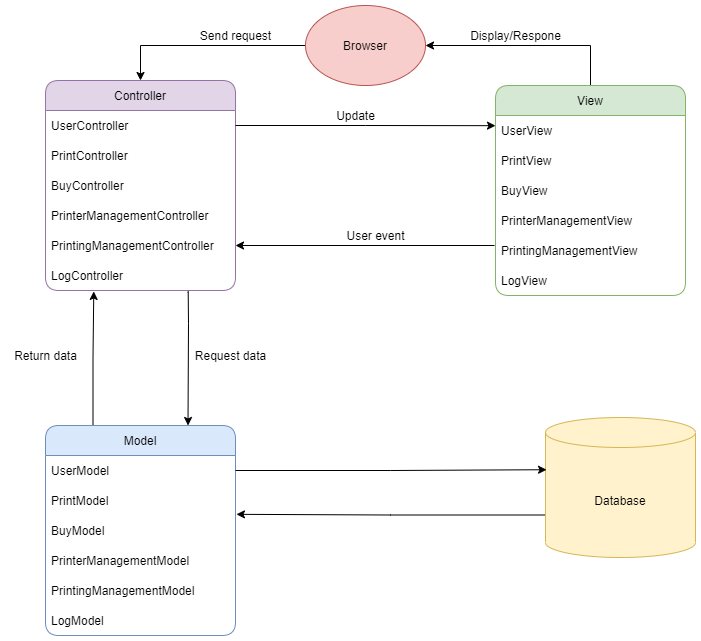
The draw.io diagram documentation/latex/Images/Box-line + Deployment/Box-line.drawio.png in ThangPham2508/SSPS_HCMUT, before a commit. Source tidied: cells renumbered, new cells last; positions are measured from the earlier drawing's top-left corner, leaving out a move shared by most shapes.
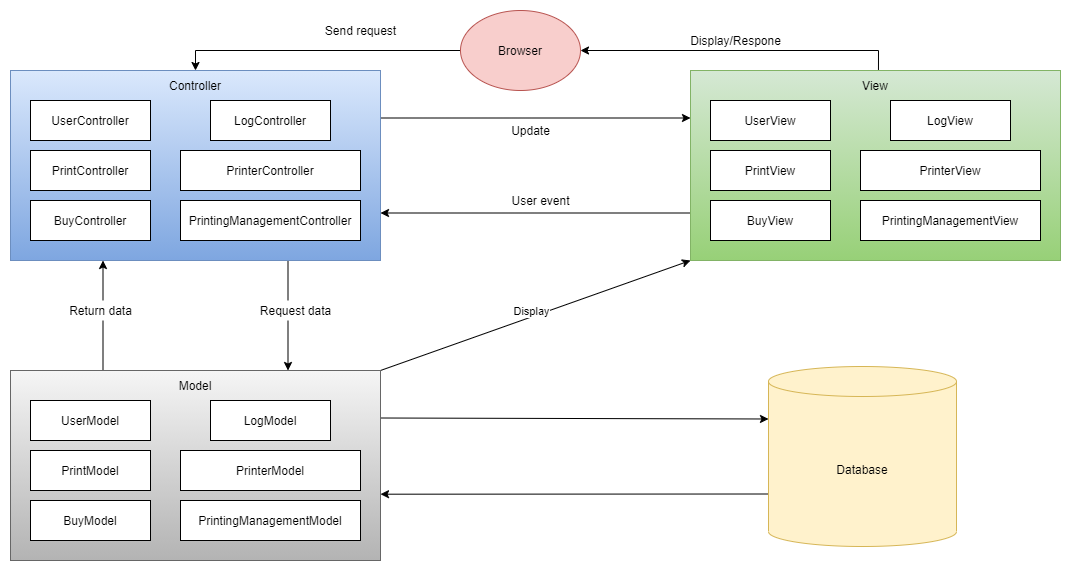
Later version of the same file.

The edit, as a diff of the source:
```diff
@@ -2,128 +2,131 @@
   <root>
     <mxCell id="0" />
     <mxCell id="1" parent="0" />
-    <mxCell id="2" style="edgeStyle=orthogonalEdgeStyle;rounded=0;jettySize=auto;html=1;exitX=0;exitY=0.5;exitDx=0;exitDy=0;entryX=0.5;entryY=0;entryDx=0;entryDy=0;" parent="1" edge="1" source="3" target="5">
-      <mxGeometry relative="1" as="geometry" />
-    </mxCell>
-    <mxCell id="3" value="Browser" style="ellipse;whiteSpace=wrap;html=1;fillColor=#f8cecc;strokeColor=#b85450;" parent="1" vertex="1">
-      <mxGeometry x="300" width="120" height="80" as="geometry" />
-    </mxCell>
-    <mxCell id="4" style="edgeStyle=orthogonalEdgeStyle;rounded=0;jettySize=auto;html=1;entryX=0.75;entryY=0;entryDx=0;entryDy=0;exitX=0.751;exitY=1.001;exitDx=0;exitDy=0;exitPerimeter=0;" parent="1" edge="1" source="11" target="22">
-      <mxGeometry relative="1" as="geometry">
-        <Array as="points">
-          <mxPoint x="183" y="287" />
-          <mxPoint x="183" y="287" />
-          <mxPoint x="183" y="318" />
-          <mxPoint x="183" y="318" />
-        </Array>
-      </mxGeometry>
-    </mxCell>
+    <mxCell id="39" style="edgeStyle=orthogonalEdgeStyle;rounded=0;jettySize=auto;html=1;exitX=1;exitY=0.25;exitDx=0;exitDy=0;entryX=0;entryY=0.25;entryDx=0;entryDy=0;" parent="1" edge="1" source="41" target="45">
+      <mxGeometry relative="1" as="geometry" />
+    </mxCell>
+    <mxCell id="40" style="edgeStyle=orthogonalEdgeStyle;rounded=0;jettySize=auto;html=1;exitX=0.75;exitY=1;exitDx=0;exitDy=0;entryX=0.75;entryY=0;entryDx=0;entryDy=0;" parent="1" edge="1" source="41" target="50">
+      <mxGeometry relative="1" as="geometry" />
+    </mxCell>
+    <mxCell id="41" style="rounded=0;whiteSpace=wrap;html=1;fillColor=#dae8fc;strokeColor=#6c8ebf;gradientColor=#7ea6e0;" parent="1" vertex="1">
+      <mxGeometry x="-60" width="370" height="190" as="geometry" />
+    </mxCell>
-    <mxCell id="5" value="Controller" style="swimlane;fontStyle=0;horizontal=1;startSize=30;rounded=1;fillColor=#e1d5e7;strokeColor=#9673a6;" parent="1" vertex="1">
-      <mxGeometry x="40" y="75" width="190" height="210" as="geometry" />
+    <mxCell id="5" value="Controller" style="text;html=1;strokeColor=none;fillColor=none;align=center;verticalAlign=middle;whiteSpace=wrap;rounded=0;" parent="1" vertex="1">
+      <mxGeometry x="95" width="60" height="30" as="geometry" />
     </mxCell>
-    <mxCell id="6" value="UserController" style="text;strokeColor=none;fillColor=none;align=left;verticalAlign=middle;spacingLeft=4;spacingRight=4;overflow=hidden;points=[[0,0.5],[1,0.5]];portConstraint=eastwest;" parent="5" vertex="1">
-      <mxGeometry y="30" width="190" height="30" as="geometry" />
+    <mxCell id="6" value="UserController" style="rounded=0;whiteSpace=wrap;html=1;" parent="1" vertex="1">
+      <mxGeometry x="-40" y="30" width="120" height="40" as="geometry" />
     </mxCell>
-    <mxCell id="7" value="PrintController" style="text;strokeColor=none;fillColor=none;align=left;verticalAlign=middle;spacingLeft=4;spacingRight=4;overflow=hidden;" parent="5" vertex="1">
-      <mxGeometry y="60" width="190" height="30" as="geometry" />
+    <mxCell id="7" value="&lt;span style=&quot;text-align: left&quot;&gt;PrintController&lt;/span&gt;" style="rounded=0;whiteSpace=wrap;html=1;" parent="1" vertex="1">
+      <mxGeometry x="-40" y="80" width="120" height="40" as="geometry" />
     </mxCell>
-    <mxCell id="8" value="BuyController" style="text;strokeColor=none;fillColor=none;align=left;verticalAlign=middle;spacingLeft=4;spacingRight=4;overflow=hidden;" parent="5" vertex="1">
-      <mxGeometry y="90" width="190" height="30" as="geometry" />
+    <mxCell id="8" value="&lt;span style=&quot;text-align: left&quot;&gt;BuyController&lt;/span&gt;" style="rounded=0;whiteSpace=wrap;html=1;" parent="1" vertex="1">
+      <mxGeometry x="-40" y="130" width="120" height="40" as="geometry" />
     </mxCell>
-    <mxCell id="9" value="PrinterManagementController" style="text;strokeColor=none;fillColor=none;align=left;verticalAlign=middle;spacingLeft=4;spacingRight=4;overflow=hidden;" parent="5" vertex="1">
-      <mxGeometry y="120" width="190" height="30" as="geometry" />
-    </mxCell>
-    <mxCell id="10" value="PrintingManagementController" style="text;strokeColor=none;fillColor=none;align=left;verticalAlign=middle;spacingLeft=4;spacingRight=4;overflow=hidden;points=[[0,0.5],[1,0.5]];portConstraint=eastwest;" parent="5" vertex="1">
-      <mxGeometry y="150" width="190" height="30" as="geometry" />
+    <mxCell id="10" value="&lt;span style=&quot;text-align: left&quot;&gt;PrintingManagementController&lt;/span&gt;" style="rounded=0;whiteSpace=wrap;html=1;" parent="1" vertex="1">
+      <mxGeometry x="110" y="130" width="180" height="40" as="geometry" />
     </mxCell>
+    <mxCell id="42" value="&lt;span style=&quot;text-align: left&quot;&gt;PrinterController&lt;/span&gt;" style="rounded=0;whiteSpace=wrap;html=1;" parent="1" vertex="1">
+      <mxGeometry x="110" y="80" width="180" height="40" as="geometry" />
+    </mxCell>
-    <mxCell id="11" value="LogController" style="text;strokeColor=none;fillColor=none;align=left;verticalAlign=middle;spacingLeft=4;spacingRight=4;overflow=hidden;points=[[0,0.5],[1,0.5]];portConstraint=eastwest;" parent="5" vertex="1">
-      <mxGeometry y="180" width="190" height="30" as="geometry" />
+    <mxCell id="11" value="&lt;span style=&quot;text-align: left&quot;&gt;LogController&lt;/span&gt;" style="rounded=0;whiteSpace=wrap;html=1;" parent="1" vertex="1">
+      <mxGeometry x="140" y="30" width="120" height="40" as="geometry" />
     </mxCell>
-    <mxCell id="12" style="edgeStyle=orthogonalEdgeStyle;rounded=0;jettySize=auto;html=1;exitX=0.5;exitY=0;exitDx=0;exitDy=0;entryX=1;entryY=0.5;entryDx=0;entryDy=0;" parent="1" edge="1" source="14" target="3">
-      <mxGeometry relative="1" as="geometry" />
-    </mxCell>
-    <mxCell id="13" style="edgeStyle=orthogonalEdgeStyle;rounded=0;jettySize=auto;html=1;entryX=1;entryY=0.5;entryDx=0;entryDy=0;" parent="1" edge="1" target="10">
-      <mxGeometry relative="1" as="geometry">
-        <mxPoint x="489" y="240" as="sourcePoint" />
-        <Array as="points">
-          <mxPoint x="489" y="240" />
-        </Array>
-      </mxGeometry>
-    </mxCell>
+    <mxCell id="43" style="edgeStyle=orthogonalEdgeStyle;rounded=0;jettySize=auto;html=1;exitX=0.508;exitY=-0.003;exitDx=0;exitDy=0;entryX=1;entryY=0.5;entryDx=0;entryDy=0;exitPerimeter=0;" parent="1" edge="1" source="45" target="3">
+      <mxGeometry relative="1" as="geometry" />
+    </mxCell>
+    <mxCell id="44" style="edgeStyle=orthogonalEdgeStyle;rounded=0;jettySize=auto;html=1;exitX=0;exitY=0.75;exitDx=0;exitDy=0;entryX=1;entryY=0.75;entryDx=0;entryDy=0;" parent="1" edge="1" source="45" target="41">
+      <mxGeometry relative="1" as="geometry" />
+    </mxCell>
+    <mxCell id="45" style="rounded=0;whiteSpace=wrap;html=1;fillColor=#d5e8d4;strokeColor=#82b366;gradientColor=#97d077;" parent="1" vertex="1">
+      <mxGeometry x="620" width="370" height="190" as="geometry" />
+    </mxCell>
-    <mxCell id="14" value="View" style="swimlane;fontStyle=0;horizontal=1;startSize=30;rounded=1;fillColor=#d5e8d4;strokeColor=#82b366;" parent="1" vertex="1">
-      <mxGeometry x="490" y="80" width="190" height="210" as="geometry" />
+    <mxCell id="14" value="View" style="text;html=1;strokeColor=none;fillColor=none;align=center;verticalAlign=middle;whiteSpace=wrap;rounded=0;" parent="1" vertex="1">
+      <mxGeometry x="775" width="60" height="30" as="geometry" />
     </mxCell>
-    <mxCell id="15" value="UserView" style="text;strokeColor=none;fillColor=none;align=left;verticalAlign=middle;spacingLeft=4;spacingRight=4;overflow=hidden;points=[[0,0.5],[1,0.5]];portConstraint=eastwest;rounded=1;" parent="14" vertex="1">
-      <mxGeometry y="30" width="190" height="30" as="geometry" />
+    <mxCell id="15" value="UserView" style="rounded=0;whiteSpace=wrap;html=1;" parent="1" vertex="1">
+      <mxGeometry x="640" y="30" width="120" height="40" as="geometry" />
     </mxCell>
-    <mxCell id="16" value="PrintView" style="text;strokeColor=none;fillColor=none;align=left;verticalAlign=middle;spacingLeft=4;spacingRight=4;overflow=hidden;rounded=1;" parent="14" vertex="1">
-      <mxGeometry y="60" width="190" height="30" as="geometry" />
+    <mxCell id="16" value="&lt;span style=&quot;text-align: left&quot;&gt;PrintView&lt;/span&gt;" style="rounded=0;whiteSpace=wrap;html=1;" parent="1" vertex="1">
+      <mxGeometry x="640" y="80" width="120" height="40" as="geometry" />
     </mxCell>
-    <mxCell id="17" value="BuyView" style="text;strokeColor=none;fillColor=none;align=left;verticalAlign=middle;spacingLeft=4;spacingRight=4;overflow=hidden;rounded=1;" parent="14" vertex="1">
-      <mxGeometry y="90" width="190" height="30" as="geometry" />
+    <mxCell id="17" value="&lt;span style=&quot;text-align: left&quot;&gt;BuyView&lt;/span&gt;" style="rounded=0;whiteSpace=wrap;html=1;" parent="1" vertex="1">
+      <mxGeometry x="640" y="130" width="120" height="40" as="geometry" />
     </mxCell>
-    <mxCell id="18" value="PrinterManagementView" style="text;strokeColor=none;fillColor=none;align=left;verticalAlign=middle;spacingLeft=4;spacingRight=4;overflow=hidden;" parent="14" vertex="1">
-      <mxGeometry y="120" width="190" height="30" as="geometry" />
-    </mxCell>
-    <mxCell id="19" value="PrintingManagementView" style="text;strokeColor=none;fillColor=none;align=left;verticalAlign=middle;spacingLeft=4;spacingRight=4;overflow=hidden;" parent="14" vertex="1">
-      <mxGeometry y="150" width="190" height="30" as="geometry" />
+    <mxCell id="19" value="&lt;span style=&quot;text-align: left&quot;&gt;PrintingManagementView&lt;/span&gt;" style="rounded=0;whiteSpace=wrap;html=1;" parent="1" vertex="1">
+      <mxGeometry x="790" y="130" width="180" height="40" as="geometry" />
     </mxCell>
+    <mxCell id="46" value="&lt;span style=&quot;text-align: left&quot;&gt;PrinterView&lt;/span&gt;" style="rounded=0;whiteSpace=wrap;html=1;" parent="1" vertex="1">
+      <mxGeometry x="790" y="80" width="180" height="40" as="geometry" />
+    </mxCell>
-    <mxCell id="20" value="LogView" style="text;strokeColor=none;fillColor=none;align=left;verticalAlign=middle;spacingLeft=4;spacingRight=4;overflow=hidden;" parent="14" vertex="1">
-      <mxGeometry y="180" width="190" height="30" as="geometry" />
+    <mxCell id="20" value="&lt;span style=&quot;text-align: left&quot;&gt;LogView&lt;/span&gt;" style="rounded=0;whiteSpace=wrap;html=1;" parent="1" vertex="1">
+      <mxGeometry x="820" y="30" width="120" height="40" as="geometry" />
     </mxCell>
-    <mxCell id="21" style="edgeStyle=orthogonalEdgeStyle;rounded=0;jettySize=auto;html=1;exitX=0.25;exitY=0;exitDx=0;exitDy=0;entryX=0.254;entryY=1.031;entryDx=0;entryDy=0;entryPerimeter=0;" parent="1" edge="1" source="22" target="11">
-      <mxGeometry relative="1" as="geometry" />
-    </mxCell>
+    <mxCell id="47" style="edgeStyle=orthogonalEdgeStyle;rounded=0;jettySize=auto;html=1;exitX=0.25;exitY=0;exitDx=0;exitDy=0;entryX=0.25;entryY=1;entryDx=0;entryDy=0;" parent="1" edge="1" source="50" target="41">
+      <mxGeometry relative="1" as="geometry" />
+    </mxCell>
+    <mxCell id="48" style="rounded=0;jettySize=auto;html=1;exitX=1;exitY=0;exitDx=0;exitDy=0;entryX=0;entryY=1;entryDx=0;entryDy=0;" parent="1" edge="1" source="50" target="45">
+      <mxGeometry relative="1" as="geometry" />
+    </mxCell>
+    <mxCell id="49" style="edgeStyle=none;rounded=0;jettySize=auto;html=1;exitX=1;exitY=0.25;exitDx=0;exitDy=0;entryX=0;entryY=0;entryDx=0;entryDy=52.5;entryPerimeter=0;" parent="1" edge="1" source="50" target="30">
+      <mxGeometry relative="1" as="geometry" />
+    </mxCell>
+    <mxCell id="50" style="rounded=0;whiteSpace=wrap;html=1;fillColor=#f5f5f5;strokeColor=#666666;gradientColor=#b3b3b3;" parent="1" vertex="1">
+      <mxGeometry x="-60" y="300" width="370" height="190" as="geometry" />
+    </mxCell>
-    <mxCell id="22" value="Model" style="swimlane;fontStyle=0;horizontal=1;startSize=30;rounded=1;fillColor=#dae8fc;strokeColor=#6c8ebf;" parent="1" vertex="1">
-      <mxGeometry x="40" y="420" width="190" height="210" as="geometry" />
+    <mxCell id="22" value="Model" style="text;html=1;strokeColor=none;fillColor=none;align=center;verticalAlign=middle;whiteSpace=wrap;rounded=0;" parent="1" vertex="1">
+      <mxGeometry x="95" y="300" width="60" height="30" as="geometry" />
     </mxCell>
-    <mxCell id="23" value="UserModel" style="text;strokeColor=none;fillColor=none;align=left;verticalAlign=middle;spacingLeft=4;spacingRight=4;overflow=hidden;points=[[0,0.5],[1,0.5]];portConstraint=eastwest;rounded=1;" parent="22" vertex="1">
-      <mxGeometry y="30" width="190" height="30" as="geometry" />
+    <mxCell id="23" value="UserModel" style="rounded=0;whiteSpace=wrap;html=1;" parent="1" vertex="1">
+      <mxGeometry x="-40" y="330" width="120" height="40" as="geometry" />
     </mxCell>
-    <mxCell id="24" value="PrintModel" style="text;strokeColor=none;fillColor=none;align=left;verticalAlign=middle;spacingLeft=4;spacingRight=4;overflow=hidden;points=[[0,0.5],[1,0.5]];portConstraint=eastwest;rounded=1;" parent="22" vertex="1">
-      <mxGeometry y="60" width="190" height="30" as="geometry" />
+    <mxCell id="24" value="&lt;span style=&quot;text-align: left&quot;&gt;PrintModel&lt;/span&gt;" style="rounded=0;whiteSpace=wrap;html=1;" parent="1" vertex="1">
+      <mxGeometry x="-40" y="380" width="120" height="40" as="geometry" />
     </mxCell>
-    <mxCell id="25" value="BuyModel" style="text;strokeColor=none;fillColor=none;align=left;verticalAlign=middle;spacingLeft=4;spacingRight=4;overflow=hidden;rounded=1;" parent="22" vertex="1">
-      <mxGeometry y="90" width="190" height="30" as="geometry" />
+    <mxCell id="25" value="&lt;span style=&quot;text-align: left&quot;&gt;BuyModel&lt;/span&gt;" style="rounded=0;whiteSpace=wrap;html=1;" parent="1" vertex="1">
+      <mxGeometry x="-40" y="430" width="120" height="40" as="geometry" />
     </mxCell>
-    <mxCell id="26" value="PrinterManagementModel" style="text;strokeColor=none;fillColor=none;align=left;verticalAlign=middle;spacingLeft=4;spacingRight=4;overflow=hidden;" parent="22" vertex="1">
-      <mxGeometry y="120" width="190" height="30" as="geometry" />
-    </mxCell>
-    <mxCell id="27" value="PrintingManagementModel" style="text;strokeColor=none;fillColor=none;align=left;verticalAlign=middle;spacingLeft=4;spacingRight=4;overflow=hidden;" parent="22" vertex="1">
-      <mxGeometry y="150" width="190" height="30" as="geometry" />
+    <mxCell id="27" value="&lt;span style=&quot;text-align: left&quot;&gt;PrintingManagementModel&lt;/span&gt;" style="rounded=0;whiteSpace=wrap;html=1;" parent="1" vertex="1">
+      <mxGeometry x="110" y="430" width="180" height="40" as="geometry" />
     </mxCell>
+    <mxCell id="51" value="&lt;span style=&quot;text-align: left&quot;&gt;PrinterModel&lt;/span&gt;" style="rounded=0;whiteSpace=wrap;html=1;" parent="1" vertex="1">
+      <mxGeometry x="110" y="380" width="180" height="40" as="geometry" />
+    </mxCell>
-    <mxCell id="28" value="LogModel" style="text;strokeColor=none;fillColor=none;align=left;verticalAlign=middle;spacingLeft=4;spacingRight=4;overflow=hidden;" parent="22" vertex="1">
-      <mxGeometry y="180" width="190" height="30" as="geometry" />
+    <mxCell id="28" value="&lt;span style=&quot;text-align: left&quot;&gt;LogModel&lt;/span&gt;" style="rounded=0;whiteSpace=wrap;html=1;" parent="1" vertex="1">
+      <mxGeometry x="140" y="330" width="120" height="40" as="geometry" />
     </mxCell>
-    <mxCell id="29" style="edgeStyle=orthogonalEdgeStyle;rounded=0;jettySize=auto;html=1;exitX=0;exitY=0;exitDx=0;exitDy=97.5;exitPerimeter=0;entryX=1.005;entryY=0.961;entryDx=0;entryDy=0;entryPerimeter=0;" parent="1" edge="1" source="30" target="24">
-      <mxGeometry relative="1" as="geometry" />
-    </mxCell>
+    <mxCell id="52" style="edgeStyle=none;rounded=0;jettySize=auto;html=1;exitX=0;exitY=0;exitDx=0;exitDy=127.5;exitPerimeter=0;entryX=1;entryY=0.651;entryDx=0;entryDy=0;entryPerimeter=0;" parent="1" edge="1" source="30" target="50">
+      <mxGeometry relative="1" as="geometry" />
+    </mxCell>
     <mxCell id="30" value="Database" style="shape=cylinder3;whiteSpace=wrap;html=1;boundedLbl=1;backgroundOutline=1;size=15;rounded=1;fillColor=#fff2cc;strokeColor=#d6b656;" parent="1" vertex="1">
-      <mxGeometry x="540" y="412" width="150" height="140" as="geometry" />
+      <mxGeometry x="698" y="296" width="188" height="180" as="geometry" />
     </mxCell>
-    <mxCell id="31" style="edgeStyle=orthogonalEdgeStyle;rounded=0;jettySize=auto;html=1;exitX=1;exitY=0.5;exitDx=0;exitDy=0;entryX=0;entryY=0.339;entryDx=0;entryDy=0;entryPerimeter=0;" parent="1" edge="1" source="6" target="15">
-      <mxGeometry relative="1" as="geometry" />
-    </mxCell>
-    <mxCell id="32" style="edgeStyle=orthogonalEdgeStyle;rounded=0;jettySize=auto;html=1;exitX=1;exitY=0.5;exitDx=0;exitDy=0;entryX=0.007;entryY=0.373;entryDx=0;entryDy=0;entryPerimeter=0;" parent="1" edge="1" source="23" target="30">
-      <mxGeometry relative="1" as="geometry" />
-    </mxCell>
+    <mxCell id="2" style="edgeStyle=orthogonalEdgeStyle;rounded=0;jettySize=auto;html=1;exitX=0;exitY=0.5;exitDx=0;exitDy=0;entryX=0.5;entryY=0;entryDx=0;entryDy=0;" parent="1" edge="1" source="3" target="5">
+      <mxGeometry relative="1" as="geometry" />
+    </mxCell>
+    <mxCell id="3" value="Browser" style="ellipse;whiteSpace=wrap;html=1;fillColor=#f8cecc;strokeColor=#b85450;" parent="1" vertex="1">
+      <mxGeometry x="390" y="-60" width="120" height="80" as="geometry" />
+    </mxCell>
     <mxCell id="33" value="Display/Respone" style="text;html=1;align=center;verticalAlign=middle;strokeColor=none;fillColor=none;" parent="1" vertex="1">
-      <mxGeometry x="455" y="20" width="110" height="20" as="geometry" />
+      <mxGeometry x="610" y="-40" width="110" height="20" as="geometry" />
     </mxCell>
     <mxCell id="34" value="Send request" style="text;html=1;align=center;verticalAlign=middle;strokeColor=none;fillColor=none;" parent="1" vertex="1">
-      <mxGeometry x="185" y="20" width="90" height="20" as="geometry" />
+      <mxGeometry x="245" y="-50" width="90" height="20" as="geometry" />
     </mxCell>
     <mxCell id="35" value="Update" style="text;html=1;align=center;verticalAlign=middle;strokeColor=none;fillColor=none;" parent="1" vertex="1">
-      <mxGeometry x="325" y="100" width="50" height="20" as="geometry" />
+      <mxGeometry x="435" y="50" width="50" height="20" as="geometry" />
     </mxCell>
     <mxCell id="36" value="User event" style="text;html=1;align=center;verticalAlign=middle;strokeColor=none;fillColor=none;" parent="1" vertex="1">
-      <mxGeometry x="335" y="220" width="70" height="20" as="geometry" />
+      <mxGeometry x="435" y="120" width="70" height="20" as="geometry" />
     </mxCell>
+    <mxCell id="38" value="Return data" style="text;html=1;align=center;verticalAlign=middle;strokeColor=none;fillColor=default;" parent="1" vertex="1">
+      <mxGeometry x="-10" y="230" width="80" height="20" as="geometry" />
+    </mxCell>
-    <mxCell id="37" value="Request data" style="text;html=1;align=center;verticalAlign=middle;strokeColor=none;fillColor=none;" parent="1" vertex="1">
-      <mxGeometry x="180" y="340" width="90" height="20" as="geometry" />
+    <mxCell id="37" value="Request data" style="text;html=1;align=center;verticalAlign=middle;fillColor=default;" parent="1" vertex="1">
+      <mxGeometry x="180" y="230" width="90" height="20" as="geometry" />
     </mxCell>
-    <mxCell id="38" value="Return data" style="text;html=1;align=center;verticalAlign=middle;strokeColor=none;fillColor=none;" parent="1" vertex="1">
-      <mxGeometry y="340" width="80" height="20" as="geometry" />
-    </mxCell>
+    <mxCell id="53" value="Display" style="edgeLabel;html=1;align=center;verticalAlign=middle;" parent="1" vertex="1">
+      <mxGeometry x="460" y="240" as="geometry" />
+    </mxCell>
   </root>
 </mxGraphModel>
```
